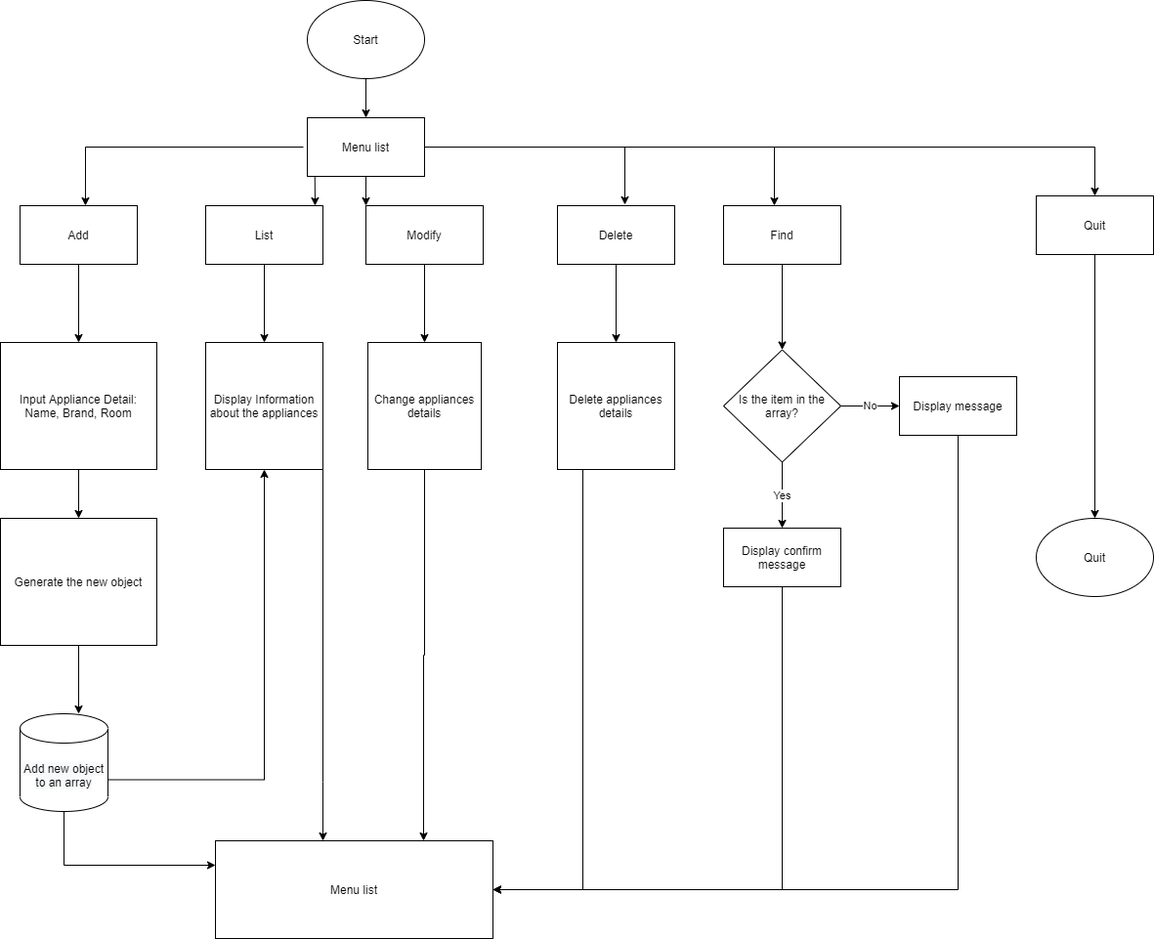
DuyNguyen999/applianceApp keeps this draw.io diagram as doc/flow-chart.PNG. Above is the earlier version. Source tidied: cells renumbered, new cells last; positions are measured from the earlier drawing's top-left corner, leaving out a move shared by most shapes. Its diagram source:
```xml
<mxGraphModel>
  <root>
    <mxCell id="0" />
    <mxCell id="1" parent="0" />
    <mxCell id="2" style="edgeStyle=orthogonalEdgeStyle;rounded=0;jettySize=auto;html=1;" parent="1" edge="1" source="3" target="17">
      <mxGeometry relative="1" as="geometry" />
    </mxCell>
    <mxCell id="3" value="Add" style="rounded=0;whiteSpace=wrap;html=1;" parent="1" vertex="1">
      <mxGeometry x="20" y="210" width="120" height="60" as="geometry" />
    </mxCell>
    <mxCell id="4" style="edgeStyle=orthogonalEdgeStyle;rounded=0;jettySize=auto;html=1;" parent="1" edge="1" source="5" target="19">
      <mxGeometry relative="1" as="geometry" />
    </mxCell>
    <mxCell id="5" value="List" style="rounded=0;whiteSpace=wrap;html=1;" parent="1" vertex="1">
      <mxGeometry x="210" y="210" width="120" height="60" as="geometry" />
    </mxCell>
    <mxCell id="6" style="edgeStyle=orthogonalEdgeStyle;rounded=0;jettySize=auto;html=1;" parent="1" edge="1" source="7" target="25">
      <mxGeometry relative="1" as="geometry" />
    </mxCell>
    <mxCell id="7" value="Modify" style="rounded=0;whiteSpace=wrap;html=1;" parent="1" vertex="1">
      <mxGeometry x="374" y="210" width="120" height="60" as="geometry" />
    </mxCell>
    <mxCell id="8" style="edgeStyle=orthogonalEdgeStyle;rounded=0;jettySize=auto;html=1;" parent="1" edge="1" source="9" target="27">
      <mxGeometry relative="1" as="geometry" />
    </mxCell>
    <mxCell id="9" value="Delete" style="rounded=0;whiteSpace=wrap;html=1;" parent="1" vertex="1">
      <mxGeometry x="570" y="210" width="120" height="60" as="geometry" />
    </mxCell>
    <mxCell id="10" style="edgeStyle=orthogonalEdgeStyle;rounded=0;jettySize=auto;html=1;entryX=0.558;entryY=0;entryDx=0;entryDy=0;entryPerimeter=0;" parent="1" edge="1" target="3">
      <mxGeometry relative="1" as="geometry">
        <mxPoint x="310" y="150" as="sourcePoint" />
      </mxGeometry>
    </mxCell>
    <mxCell id="11" style="edgeStyle=orthogonalEdgeStyle;rounded=0;jettySize=auto;html=1;exitX=0;exitY=1;exitDx=0;exitDy=0;entryX=0.933;entryY=0;entryDx=0;entryDy=0;entryPerimeter=0;" parent="1" edge="1" target="5">
      <mxGeometry relative="1" as="geometry">
        <mxPoint x="321.7" y="178.3" as="sourcePoint" />
      </mxGeometry>
    </mxCell>
    <mxCell id="12" style="edgeStyle=orthogonalEdgeStyle;rounded=0;jettySize=auto;html=1;entryX=0.575;entryY=-0.017;entryDx=0;entryDy=0;entryPerimeter=0;" parent="1" edge="1" target="9">
      <mxGeometry relative="1" as="geometry">
        <mxPoint x="390" y="150" as="sourcePoint" />
      </mxGeometry>
    </mxCell>
    <mxCell id="13" style="edgeStyle=orthogonalEdgeStyle;rounded=0;jettySize=auto;html=1;exitX=1;exitY=1;exitDx=0;exitDy=0;entryX=0;entryY=0;entryDx=0;entryDy=0;" parent="1" edge="1" target="7">
      <mxGeometry relative="1" as="geometry">
        <mxPoint x="378.3" y="178.3" as="sourcePoint" />
      </mxGeometry>
    </mxCell>
    <mxCell id="14" style="edgeStyle=orthogonalEdgeStyle;rounded=0;jettySize=auto;html=1;entryX=0.433;entryY=0;entryDx=0;entryDy=0;entryPerimeter=0;" parent="1" edge="1" target="29">
      <mxGeometry relative="1" as="geometry">
        <mxPoint x="390" y="150" as="sourcePoint" />
      </mxGeometry>
    </mxCell>
    <mxCell id="15" style="edgeStyle=orthogonalEdgeStyle;rounded=0;jettySize=auto;html=1;entryX=0.5;entryY=0;entryDx=0;entryDy=0;" parent="1" edge="1" target="31">
      <mxGeometry relative="1" as="geometry">
        <mxPoint x="390" y="150" as="sourcePoint" />
      </mxGeometry>
    </mxCell>
    <mxCell id="16" style="edgeStyle=orthogonalEdgeStyle;rounded=0;jettySize=auto;html=1;" parent="1" edge="1" source="17" target="21">
      <mxGeometry relative="1" as="geometry" />
    </mxCell>
    <mxCell id="17" value="Input Appliance Detail:&lt;br&gt;Name, Brand, Room" style="rounded=0;whiteSpace=wrap;html=1;" parent="1" vertex="1">
      <mxGeometry y="350" width="160" height="130" as="geometry" />
    </mxCell>
    <mxCell id="18" style="edgeStyle=orthogonalEdgeStyle;rounded=0;jettySize=auto;html=1;exitX=1;exitY=1;exitDx=0;exitDy=0;" parent="1" edge="1" source="19" target="44">
      <mxGeometry relative="1" as="geometry">
        <Array as="points">
          <mxPoint x="330" y="800" />
          <mxPoint x="330" y="800" />
        </Array>
      </mxGeometry>
    </mxCell>
    <mxCell id="19" value="Display Information about the appliances" style="rounded=0;whiteSpace=wrap;html=1;" parent="1" vertex="1">
      <mxGeometry x="210" y="350" width="120" height="130" as="geometry" />
    </mxCell>
    <mxCell id="20" style="edgeStyle=orthogonalEdgeStyle;rounded=0;jettySize=auto;html=1;" parent="1" edge="1" source="21">
      <mxGeometry relative="1" as="geometry">
        <mxPoint x="80" y="730" as="targetPoint" />
      </mxGeometry>
    </mxCell>
    <mxCell id="21" value="Generate the new object" style="rounded=0;whiteSpace=wrap;html=1;" parent="1" vertex="1">
      <mxGeometry y="530" width="160" height="130" as="geometry" />
    </mxCell>
    <mxCell id="22" style="edgeStyle=orthogonalEdgeStyle;rounded=0;jettySize=auto;html=1;entryX=0.5;entryY=1;entryDx=0;entryDy=0;exitX=1;exitY=0;exitDx=0;exitDy=67.5;exitPerimeter=0;" parent="1" edge="1" source="32" target="19">
      <mxGeometry relative="1" as="geometry" />
    </mxCell>
    <mxCell id="23" style="edgeStyle=orthogonalEdgeStyle;rounded=0;jettySize=auto;html=1;exitX=0.5;exitY=1;exitDx=0;exitDy=0;entryX=0;entryY=0.25;entryDx=0;entryDy=0;exitPerimeter=0;" parent="1" edge="1" source="32" target="44">
      <mxGeometry relative="1" as="geometry" />
    </mxCell>
    <mxCell id="24" style="edgeStyle=orthogonalEdgeStyle;rounded=0;jettySize=auto;html=1;entryX=0.75;entryY=0;entryDx=0;entryDy=0;" parent="1" edge="1" source="25" target="44">
      <mxGeometry relative="1" as="geometry" />
    </mxCell>
    <mxCell id="25" value="Change appliances details" style="rounded=0;whiteSpace=wrap;html=1;" parent="1" vertex="1">
      <mxGeometry x="376" y="350" width="116" height="130" as="geometry" />
    </mxCell>
    <mxCell id="26" style="edgeStyle=orthogonalEdgeStyle;rounded=0;jettySize=auto;html=1;" parent="1" edge="1" source="27" target="44">
      <mxGeometry relative="1" as="geometry">
        <Array as="points">
          <mxPoint x="596" y="910" />
        </Array>
      </mxGeometry>
    </mxCell>
    <mxCell id="27" value="Delete appliances details" style="rounded=0;whiteSpace=wrap;html=1;" parent="1" vertex="1">
      <mxGeometry x="570" y="350" width="120" height="130" as="geometry" />
    </mxCell>
    <mxCell id="28" style="edgeStyle=orthogonalEdgeStyle;rounded=0;jettySize=auto;html=1;" parent="1" edge="1" source="29" target="35">
      <mxGeometry relative="1" as="geometry" />
    </mxCell>
    <mxCell id="29" value="Find" style="rounded=0;whiteSpace=wrap;html=1;" parent="1" vertex="1">
      <mxGeometry x="740" y="210" width="120" height="60" as="geometry" />
    </mxCell>
    <mxCell id="30" style="edgeStyle=orthogonalEdgeStyle;rounded=0;jettySize=auto;html=1;" parent="1" edge="1" source="31" target="40">
      <mxGeometry relative="1" as="geometry" />
    </mxCell>
    <mxCell id="31" value="Quit" style="rounded=0;whiteSpace=wrap;html=1;" parent="1" vertex="1">
      <mxGeometry x="1060" y="200" width="120" height="60" as="geometry" />
    </mxCell>
    <mxCell id="32" value="&#10;&#10;&lt;span style=&quot;color: rgb(0, 0, 0); font-family: helvetica; font-size: 12px; font-style: normal; font-weight: 400; letter-spacing: normal; text-align: center; text-indent: 0px; text-transform: none; word-spacing: 0px; background-color: rgb(248, 249, 250); display: inline; float: none;&quot;&gt;Add new object to an array&lt;/span&gt;&#10;&#10;" style="shape=cylinder3;whiteSpace=wrap;html=1;boundedLbl=1;backgroundOutline=1;size=15;" parent="1" vertex="1">
      <mxGeometry x="20" y="730" width="90" height="100" as="geometry" />
    </mxCell>
    <mxCell id="33" value="Yes" style="edgeStyle=orthogonalEdgeStyle;rounded=0;jettySize=auto;html=1;" parent="1" edge="1" source="35" target="37">
      <mxGeometry relative="1" as="geometry" />
    </mxCell>
    <mxCell id="34" value="No" style="edgeStyle=orthogonalEdgeStyle;rounded=0;jettySize=auto;html=1;" parent="1" edge="1" source="35" target="39">
      <mxGeometry relative="1" as="geometry" />
    </mxCell>
    <mxCell id="35" value="Is the item in the array?" style="rhombus;whiteSpace=wrap;html=1;" parent="1" vertex="1">
      <mxGeometry x="740" y="357.5" width="120" height="115" as="geometry" />
    </mxCell>
    <mxCell id="36" style="edgeStyle=orthogonalEdgeStyle;rounded=0;jettySize=auto;html=1;entryX=1;entryY=0.5;entryDx=0;entryDy=0;" parent="1" edge="1" source="37" target="44">
      <mxGeometry relative="1" as="geometry">
        <Array as="points">
          <mxPoint x="800" y="910" />
        </Array>
      </mxGeometry>
    </mxCell>
    <mxCell id="37" value="Display confirm message" style="whiteSpace=wrap;html=1;" parent="1" vertex="1">
      <mxGeometry x="740" y="540" width="120" height="60" as="geometry" />
    </mxCell>
    <mxCell id="38" style="edgeStyle=orthogonalEdgeStyle;rounded=0;jettySize=auto;html=1;" parent="1" edge="1" source="39" target="44">
      <mxGeometry relative="1" as="geometry">
        <Array as="points">
          <mxPoint x="980" y="910" />
        </Array>
      </mxGeometry>
    </mxCell>
    <mxCell id="39" value="Display message" style="whiteSpace=wrap;html=1;" parent="1" vertex="1">
      <mxGeometry x="920" y="385" width="120" height="60" as="geometry" />
    </mxCell>
    <mxCell id="40" value="Quit" style="ellipse;whiteSpace=wrap;html=1;rounded=0;" parent="1" vertex="1">
      <mxGeometry x="1060" y="530" width="120" height="80" as="geometry" />
    </mxCell>
    <mxCell id="41" value="Menu list" style="rounded=0;whiteSpace=wrap;html=1;" parent="1" vertex="1">
      <mxGeometry x="314" y="120" width="120" height="60" as="geometry" />
    </mxCell>
    <mxCell id="42" style="edgeStyle=orthogonalEdgeStyle;rounded=0;jettySize=auto;html=1;" parent="1" edge="1" source="43" target="41">
      <mxGeometry relative="1" as="geometry" />
    </mxCell>
    <mxCell id="43" value="Start" style="ellipse;whiteSpace=wrap;html=1;" parent="1" vertex="1">
      <mxGeometry x="314" width="120" height="80" as="geometry" />
    </mxCell>
    <mxCell id="44" value="Menu list" style="rounded=0;whiteSpace=wrap;html=1;" parent="1" vertex="1">
      <mxGeometry x="220" y="860" width="284" height="100" as="geometry" />
    </mxCell>
  </root>
</mxGraphModel>
```
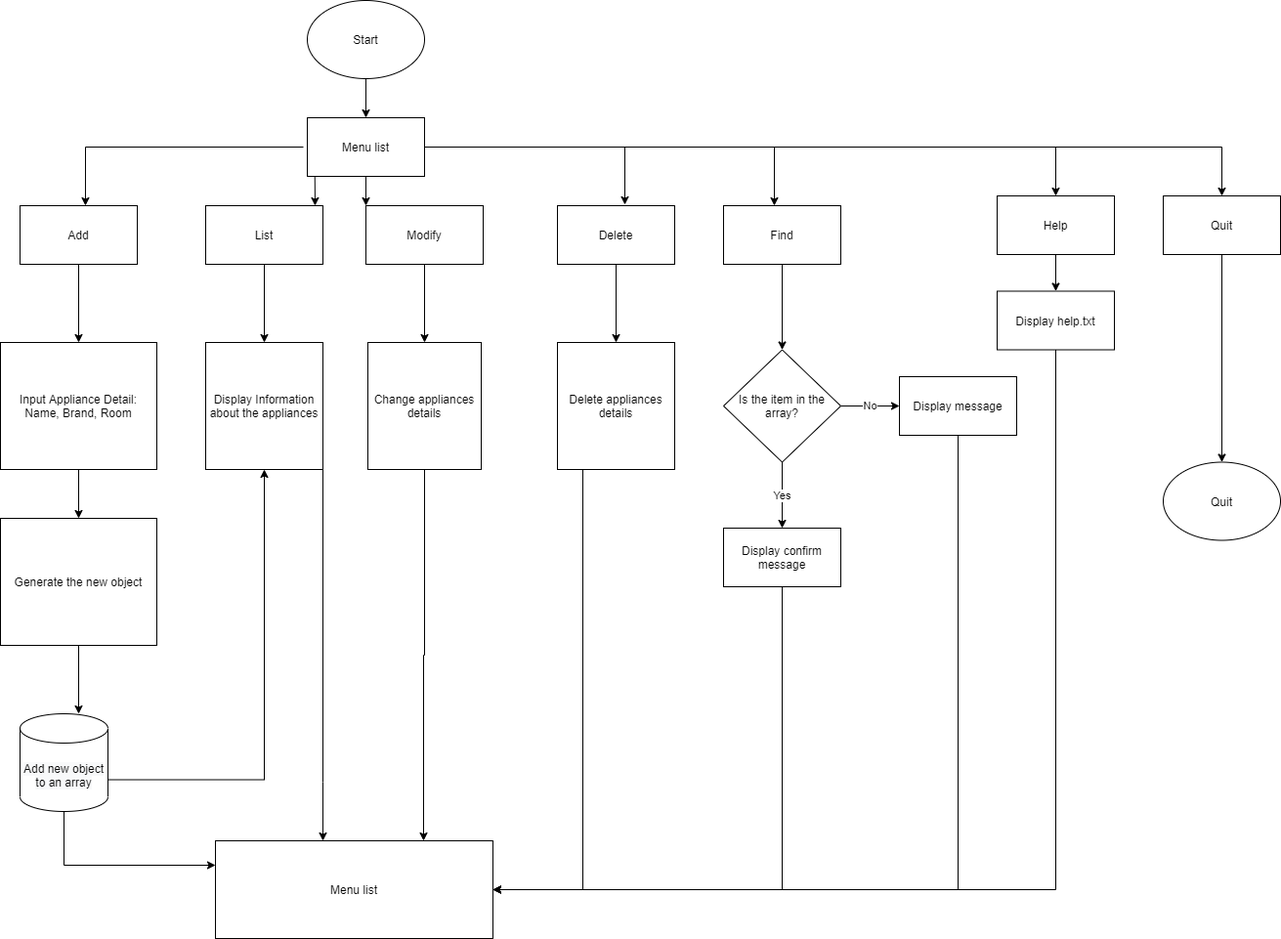
Above is the later version.

Change to the diagram source:
```diff
@@ -113,7 +113,7 @@
       <mxGeometry relative="1" as="geometry" />
     </mxCell>
     <mxCell id="31" value="Quit" style="rounded=0;whiteSpace=wrap;html=1;" parent="1" vertex="1">
-      <mxGeometry x="1060" y="200" width="120" height="60" as="geometry" />
+      <mxGeometry x="1190" y="200" width="120" height="60" as="geometry" />
     </mxCell>
     <mxCell id="32" value="&#10;&#10;&lt;span style=&quot;color: rgb(0, 0, 0); font-family: helvetica; font-size: 12px; font-style: normal; font-weight: 400; letter-spacing: normal; text-align: center; text-indent: 0px; text-transform: none; word-spacing: 0px; background-color: rgb(248, 249, 250); display: inline; float: none;&quot;&gt;Add new object to an array&lt;/span&gt;&#10;&#10;" style="shape=cylinder3;whiteSpace=wrap;html=1;boundedLbl=1;backgroundOutline=1;size=15;" parent="1" vertex="1">
       <mxGeometry x="20" y="730" width="90" height="100" as="geometry" />
@@ -148,8 +148,11 @@
       <mxGeometry x="920" y="385" width="120" height="60" as="geometry" />
     </mxCell>
     <mxCell id="40" value="Quit" style="ellipse;whiteSpace=wrap;html=1;rounded=0;" parent="1" vertex="1">
-      <mxGeometry x="1060" y="530" width="120" height="80" as="geometry" />
+      <mxGeometry x="1190" y="472.5" width="120" height="80" as="geometry" />
     </mxCell>
+    <mxCell id="45" style="edgeStyle=orthogonalEdgeStyle;rounded=0;jettySize=auto;html=1;entryX=0.5;entryY=0;entryDx=0;entryDy=0;" parent="1" edge="1" source="41" target="47">
+      <mxGeometry relative="1" as="geometry" />
+    </mxCell>
     <mxCell id="41" value="Menu list" style="rounded=0;whiteSpace=wrap;html=1;" parent="1" vertex="1">
       <mxGeometry x="314" y="120" width="120" height="60" as="geometry" />
     </mxCell>
@@ -162,5 +165,21 @@
     <mxCell id="44" value="Menu list" style="rounded=0;whiteSpace=wrap;html=1;" parent="1" vertex="1">
       <mxGeometry x="220" y="860" width="284" height="100" as="geometry" />
     </mxCell>
+    <mxCell id="46" style="edgeStyle=orthogonalEdgeStyle;rounded=0;jettySize=auto;html=1;" parent="1" edge="1" source="47" target="49">
+      <mxGeometry relative="1" as="geometry" />
+    </mxCell>
+    <mxCell id="47" value="Help" style="rounded=0;whiteSpace=wrap;html=1;" parent="1" vertex="1">
+      <mxGeometry x="1020" y="200" width="120" height="60" as="geometry" />
+    </mxCell>
+    <mxCell id="48" style="edgeStyle=orthogonalEdgeStyle;rounded=0;jettySize=auto;html=1;entryX=1;entryY=0.5;entryDx=0;entryDy=0;" parent="1" edge="1" source="49" target="44">
+      <mxGeometry relative="1" as="geometry">
+        <Array as="points">
+          <mxPoint x="1080" y="910" />
+        </Array>
+      </mxGeometry>
+    </mxCell>
+    <mxCell id="49" value="Display help.txt" style="rounded=0;whiteSpace=wrap;html=1;" parent="1" vertex="1">
+      <mxGeometry x="1020" y="297.5" width="120" height="60" as="geometry" />
+    </mxCell>
   </root>
 </mxGraphModel>
```
